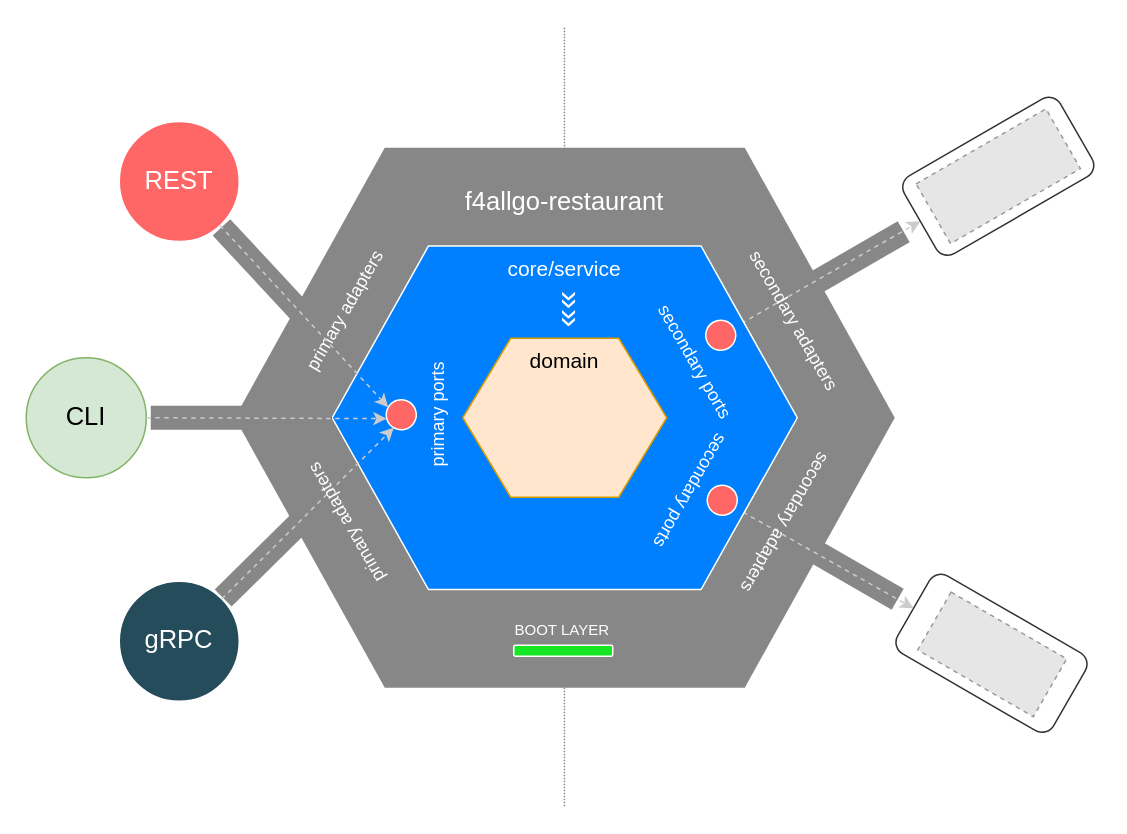
The draw.io diagram assets/draw.io/f4allgo-restaurant-hex-architecture.drawio in 3rs4lg4d0/f4allgo-restaurant, before the edit. Source tidied: cells renumbered, new cells numbered last; positions are measured from the earlier drawing's top-left corner, leaving out a move shared by most shapes. Both pictures are drawn from the tidied source at 150%, with x=0, y=0 at pixel (26, 26). Pictures stored in the file or linked from it are replaced by grey dashed boxes.
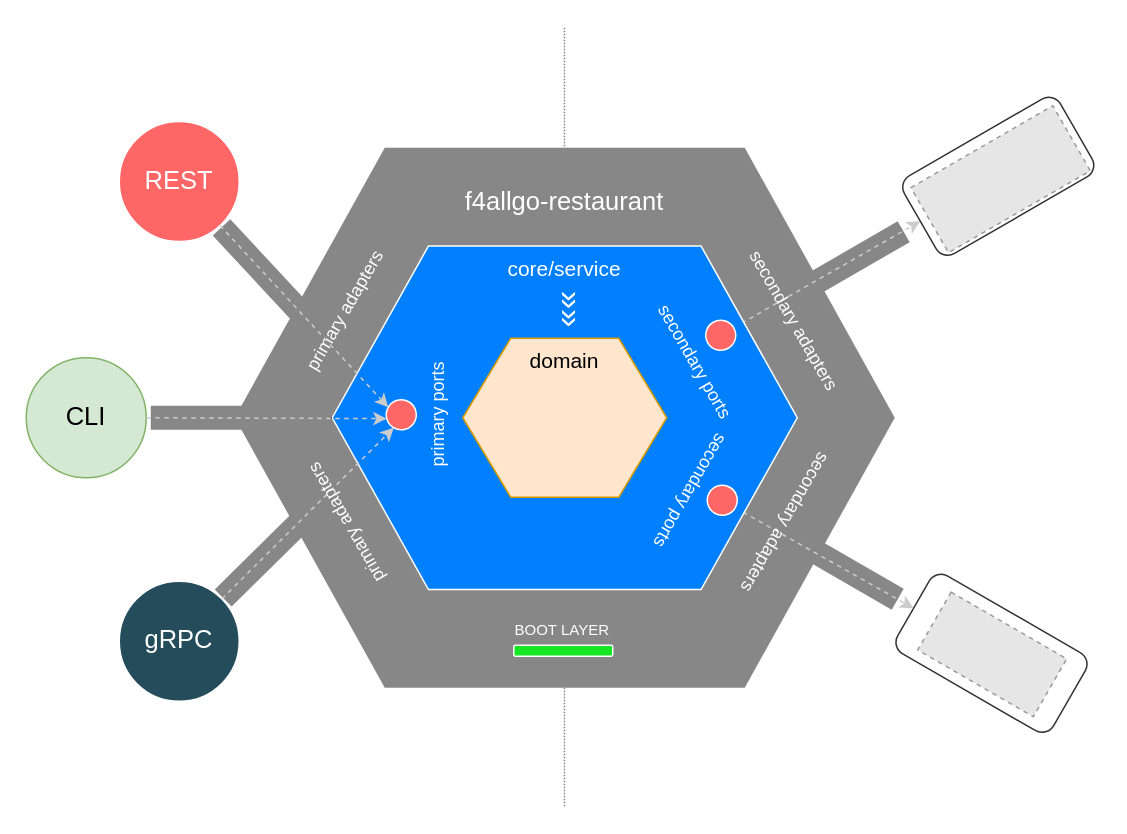
The same diagram, later.

Diff of the diagram source:
```diff
@@
-    <mxCell id="37" style="fillColor=#E6E6E6;strokeColor=#999999;dashed=1;verticalLabelPosition=bottom;labelBackgroundColor=#ffffff;verticalAlign=top;rotation=-30;" parent="1" vertex="1">
-      <mxGeometry x="598" y="77" width="100" height="46" as="geometry" />
-    </mxCell>
+    <mxCell id="38" style="fillColor=#E6E6E6;strokeColor=#999999;dashed=1;verticalLabelPosition=bottom;labelBackgroundColor=default;verticalAlign=top;rotation=-30;" parent="1" vertex="1">
+      <mxGeometry x="595" y="77" width="109.2" height="50" as="geometry" />
+    </mxCell>
```
